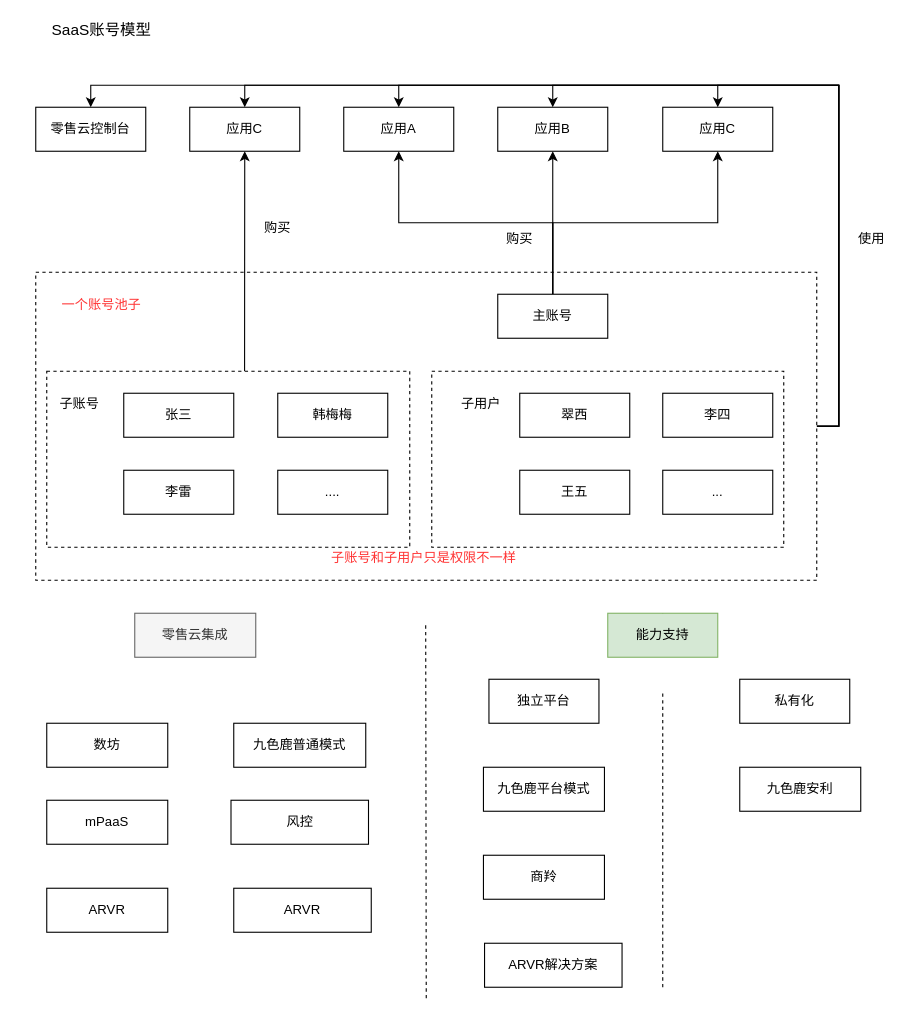
Earlier version of the draw.io diagram page "第 1 页" (1 of 2) of account-model.drawio (greenabyss/image). Source tidied: cells renumbered, new cells numbered last; positions are measured from the earlier drawing's top-left corner, leaving out a move shared by most shapes. Both pictures are drawn from the tidied source at 110%, with x=0, y=0 at pixel (19, 19).
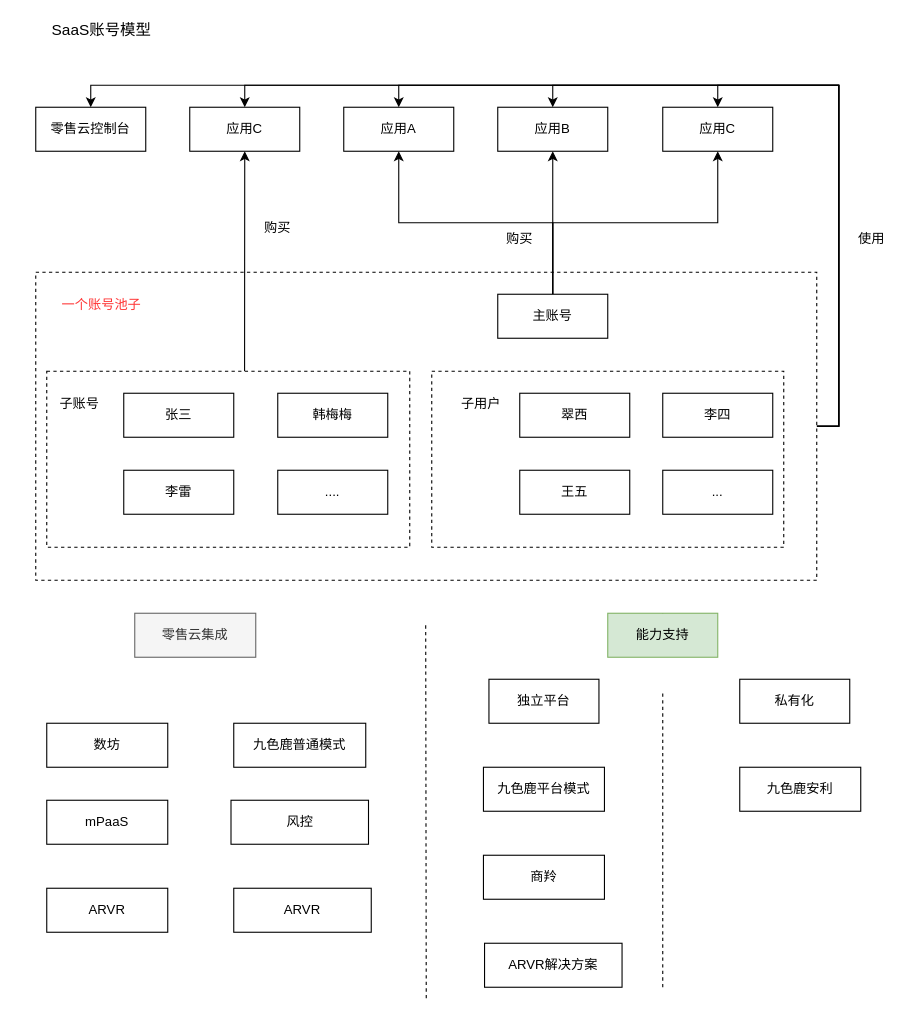
After the change.

What changed in the source:
```diff
@@
-    <mxCell id="42" value="&lt;font color=&quot;#ff3333&quot;&gt;子账号和子用户只是权限不一样&lt;/font&gt;" style="text;html=1;strokeColor=none;fillColor=none;align=center;verticalAlign=middle;whiteSpace=wrap;rounded=0;dashed=1;" parent="1" vertex="1">
-      <mxGeometry x="275" y="480" width="186" height="20" as="geometry" />
-    </mxCell>
```
